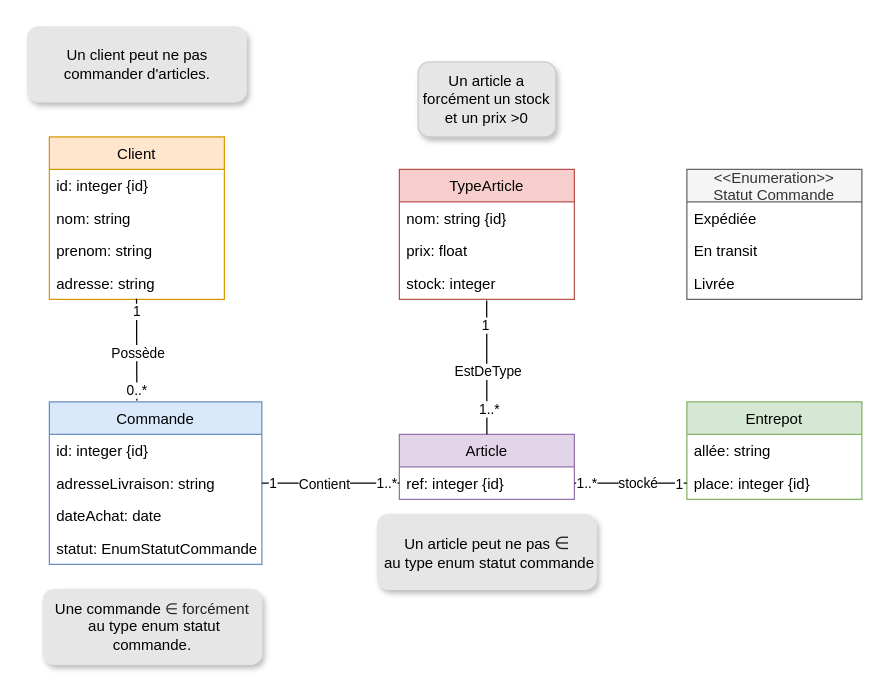
This is Projet.drawio from riad73/INF403, a draw.io file, before an edit. Source tidied: cells renumbered, new cells numbered last; positions are measured from the earlier drawing's top-left corner, leaving out a move shared by most shapes. Both pictures are drawn from the tidied source at 125%, with x=0, y=0 at pixel (26, 26).
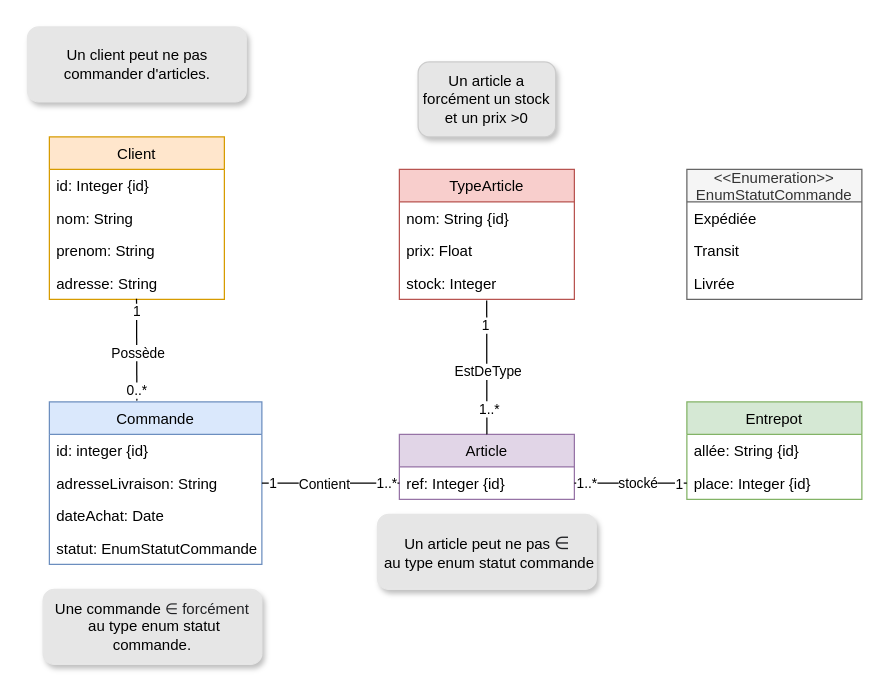
The same page after the edit.

The change refers to these unchanged cells:
```xml
<mxCell id="2" value="Client" style="swimlane;fontStyle=0;horizontal=1;startSize=26;fillColor=#ffe6cc;strokeColor=#d79b00;" parent="1" vertex="1">
  <mxGeometry x="18" y="88" width="140" height="130" as="geometry" />
</mxCell>
<mxCell id="7" value="Article" style="swimlane;fontStyle=0;horizontal=1;startSize=26;fillColor=#e1d5e7;strokeColor=#9673a6;" parent="1" vertex="1">
  <mxGeometry x="298" y="326" width="140" height="52" as="geometry" />
</mxCell>
<mxCell id="9" value="Entrepot" style="swimlane;fontStyle=0;horizontal=1;startSize=26;fillColor=#d5e8d4;strokeColor=#82b366;" parent="1" vertex="1">
  <mxGeometry x="528" y="300" width="140" height="78" as="geometry" />
</mxCell>
<mxCell id="12" value="Commande" style="swimlane;fontStyle=0;horizontal=1;startSize=26;fillColor=#dae8fc;strokeColor=#6c8ebf;" parent="1" vertex="1">
  <mxGeometry x="18" y="300" width="170" height="130" as="geometry" />
</mxCell>
<mxCell id="29" value="TypeArticle" style="swimlane;fontStyle=0;horizontal=1;startSize=26;fillColor=#f8cecc;strokeColor=#b85450;" parent="1" vertex="1">
  <mxGeometry x="298" y="114" width="140" height="104" as="geometry" />
</mxCell>
```

What changed in the source:
```diff
@@
-    <mxCell id="3" value="id: integer {id}" style="text;strokeColor=none;fillColor=none;align=left;verticalAlign=top;spacingLeft=4;spacingRight=4;overflow=hidden;" parent="2" vertex="1">
+    <mxCell id="3" value="id: Integer {id}" style="text;strokeColor=none;fillColor=none;align=left;verticalAlign=top;spacingLeft=4;spacingRight=4;overflow=hidden;" parent="2" vertex="1">
       <mxGeometry y="26" width="140" height="26" as="geometry" />
     </mxCell>
-    <mxCell id="4" value="nom: string" style="text;strokeColor=none;fillColor=none;align=left;verticalAlign=top;spacingLeft=4;spacingRight=4;overflow=hidden;" parent="2" vertex="1">
+    <mxCell id="4" value="nom: String" style="text;strokeColor=none;fillColor=none;align=left;verticalAlign=top;spacingLeft=4;spacingRight=4;overflow=hidden;" parent="2" vertex="1">
       <mxGeometry y="52" width="140" height="26" as="geometry" />
     </mxCell>
-    <mxCell id="5" value="prenom: string" style="text;strokeColor=none;fillColor=none;align=left;verticalAlign=top;spacingLeft=4;spacingRight=4;overflow=hidden;" parent="2" vertex="1">
+    <mxCell id="5" value="prenom: String" style="text;strokeColor=none;fillColor=none;align=left;verticalAlign=top;spacingLeft=4;spacingRight=4;overflow=hidden;" parent="2" vertex="1">
       <mxGeometry y="78" width="140" height="26" as="geometry" />
     </mxCell>
-    <mxCell id="6" value="adresse: string" style="text;strokeColor=none;fillColor=none;align=left;verticalAlign=top;spacingLeft=4;spacingRight=4;overflow=hidden;points=[[0,0.5],[1,0.5]];portConstraint=eastwest;" parent="2" vertex="1">
+    <mxCell id="6" value="adresse: String" style="text;strokeColor=none;fillColor=none;align=left;verticalAlign=top;spacingLeft=4;spacingRight=4;overflow=hidden;points=[[0,0.5],[1,0.5]];portConstraint=eastwest;" parent="2" vertex="1">
       <mxGeometry y="104" width="140" height="26" as="geometry" />
     </mxCell>
@@
-    <mxCell id="8" value="ref: integer {id}" style="text;strokeColor=none;fillColor=none;align=left;verticalAlign=top;spacingLeft=4;spacingRight=4;overflow=hidden;" parent="7" vertex="1">
+    <mxCell id="8" value="ref: Integer {id}" style="text;strokeColor=none;fillColor=none;align=left;verticalAlign=top;spacingLeft=4;spacingRight=4;overflow=hidden;" parent="7" vertex="1">
       <mxGeometry y="26" width="140" height="26" as="geometry" />
     </mxCell>
@@
-    <mxCell id="10" value="allée: string" style="text;strokeColor=none;fillColor=none;align=left;verticalAlign=top;spacingLeft=4;spacingRight=4;overflow=hidden;" parent="9" vertex="1">
+    <mxCell id="10" value="allée: String {id}" style="text;strokeColor=none;fillColor=none;align=left;verticalAlign=top;spacingLeft=4;spacingRight=4;overflow=hidden;" parent="9" vertex="1">
       <mxGeometry y="26" width="140" height="26" as="geometry" />
     </mxCell>
-    <mxCell id="11" value="place: integer {id}" style="text;strokeColor=none;fillColor=none;align=left;verticalAlign=top;spacingLeft=4;spacingRight=4;overflow=hidden;points=[[0,0.5],[1,0.5]];portConstraint=eastwest;" parent="9" vertex="1">
+    <mxCell id="11" value="place: Integer {id}" style="text;strokeColor=none;fillColor=none;align=left;verticalAlign=top;spacingLeft=4;spacingRight=4;overflow=hidden;points=[[0,0.5],[1,0.5]];portConstraint=eastwest;" parent="9" vertex="1">
       <mxGeometry y="52" width="140" height="26" as="geometry" />
     </mxCell>
@@
-    <mxCell id="14" value="adresseLivraison: string" style="text;strokeColor=none;fillColor=none;align=left;verticalAlign=top;spacingLeft=4;spacingRight=4;overflow=hidden;" parent="12" vertex="1">
+    <mxCell id="14" value="adresseLivraison: String" style="text;strokeColor=none;fillColor=none;align=left;verticalAlign=top;spacingLeft=4;spacingRight=4;overflow=hidden;" parent="12" vertex="1">
       <mxGeometry y="52" width="170" height="26" as="geometry" />
     </mxCell>
-    <mxCell id="15" value="dateAchat: date" style="text;strokeColor=none;fillColor=none;align=left;verticalAlign=top;spacingLeft=4;spacingRight=4;overflow=hidden;" parent="12" vertex="1">
+    <mxCell id="15" value="dateAchat: Date" style="text;strokeColor=none;fillColor=none;align=left;verticalAlign=top;spacingLeft=4;spacingRight=4;overflow=hidden;" parent="12" vertex="1">
       <mxGeometry y="78" width="170" height="26" as="geometry" />
     </mxCell>
@@
-    <mxCell id="25" value="&lt;&lt;Enumeration&gt;&gt;&#10;Statut Commande" style="swimlane;fontStyle=0;horizontal=1;startSize=26;fillColor=#f5f5f5;strokeColor=#666666;fontColor=#333333;" parent="1" vertex="1">
+    <mxCell id="25" value="&lt;&lt;Enumeration&gt;&gt;&#10;EnumStatutCommande" style="swimlane;fontStyle=0;horizontal=1;startSize=26;fillColor=#f5f5f5;strokeColor=#666666;fontColor=#333333;" parent="1" vertex="1">
       <mxGeometry x="528" y="114" width="140" height="104" as="geometry" />
     </mxCell>
@@
-    <mxCell id="27" value="En transit" style="text;strokeColor=none;fillColor=none;align=left;verticalAlign=top;spacingLeft=4;spacingRight=4;overflow=hidden;" parent="25" vertex="1">
+    <mxCell id="27" value="Transit" style="text;strokeColor=none;fillColor=none;align=left;verticalAlign=top;spacingLeft=4;spacingRight=4;overflow=hidden;" parent="25" vertex="1">
       <mxGeometry y="52" width="140" height="26" as="geometry" />
     </mxCell>
@@
-    <mxCell id="30" value="nom: string {id}" style="text;strokeColor=none;fillColor=none;align=left;verticalAlign=top;spacingLeft=4;spacingRight=4;overflow=hidden;" parent="29" vertex="1">
+    <mxCell id="30" value="nom: String {id}" style="text;strokeColor=none;fillColor=none;align=left;verticalAlign=top;spacingLeft=4;spacingRight=4;overflow=hidden;" parent="29" vertex="1">
       <mxGeometry y="26" width="140" height="26" as="geometry" />
     </mxCell>
-    <mxCell id="31" value="prix: float" style="text;strokeColor=none;fillColor=none;align=left;verticalAlign=top;spacingLeft=4;spacingRight=4;overflow=hidden;" parent="29" vertex="1">
+    <mxCell id="31" value="prix: Float" style="text;strokeColor=none;fillColor=none;align=left;verticalAlign=top;spacingLeft=4;spacingRight=4;overflow=hidden;" parent="29" vertex="1">
       <mxGeometry y="52" width="140" height="26" as="geometry" />
     </mxCell>
-    <mxCell id="32" value="stock: integer" style="text;strokeColor=none;fillColor=none;align=left;verticalAlign=top;spacingLeft=4;spacingRight=4;overflow=hidden;points=[[0,0.5],[1,0.5]];portConstraint=eastwest;" parent="29" vertex="1">
+    <mxCell id="32" value="stock: Integer" style="text;strokeColor=none;fillColor=none;align=left;verticalAlign=top;spacingLeft=4;spacingRight=4;overflow=hidden;points=[[0,0.5],[1,0.5]];portConstraint=eastwest;" parent="29" vertex="1">
       <mxGeometry y="78" width="140" height="26" as="geometry" />
     </mxCell>
```
